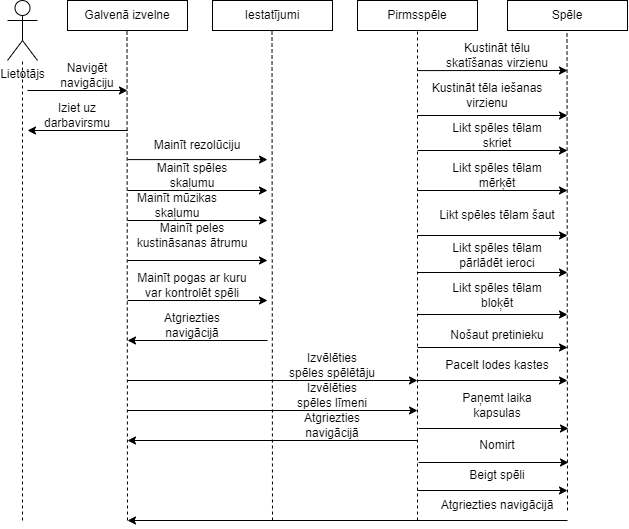
The draw.io diagram Diagrammas/Sekvencu.png in GNarvils/ScoreStorm, before a commit. Source tidied: cells renumbered, new cells last; positions are measured from the earlier drawing's top-left corner, leaving out a move shared by most shapes. The source it was exported from:
```xml
<mxGraphModel>
  <root>
    <mxCell id="0" />
    <mxCell id="1" parent="0" />
    <mxCell id="2" value="Lietotājs" style="shape=umlActor;verticalLabelPosition=bottom;verticalAlign=top;html=1;outlineConnect=0;" parent="1" vertex="1">
      <mxGeometry width="30" height="60" as="geometry" />
    </mxCell>
    <mxCell id="3" style="endArrow=none;dashed=1;html=1;rounded=0;" parent="1" edge="1" target="2">
      <mxGeometry relative="1" as="geometry">
        <mxPoint x="15" y="520" as="sourcePoint" />
      </mxGeometry>
    </mxCell>
    <mxCell id="4" value="Galvenā izvelne" style="rounded=0;whiteSpace=wrap;html=1;" parent="1" vertex="1">
      <mxGeometry x="60" width="120" height="30" as="geometry" />
    </mxCell>
    <mxCell id="5" value="Iestatījumi" style="rounded=0;whiteSpace=wrap;html=1;" parent="1" vertex="1">
      <mxGeometry x="205" width="120" height="30" as="geometry" />
    </mxCell>
    <mxCell id="6" value="Pirmsspēle" style="rounded=0;whiteSpace=wrap;html=1;" parent="1" vertex="1">
      <mxGeometry x="350" width="120" height="30" as="geometry" />
    </mxCell>
    <mxCell id="7" value="Spēle" style="rounded=0;whiteSpace=wrap;html=1;" parent="1" vertex="1">
      <mxGeometry x="500" width="120" height="30" as="geometry" />
    </mxCell>
    <mxCell id="8" style="endArrow=none;dashed=1;html=1;rounded=0;" parent="1" edge="1">
      <mxGeometry relative="1" as="geometry">
        <mxPoint x="120" y="520" as="sourcePoint" />
        <mxPoint x="119.5" y="30" as="targetPoint" />
      </mxGeometry>
    </mxCell>
    <mxCell id="9" style="endArrow=none;dashed=1;html=1;rounded=0;" parent="1" edge="1">
      <mxGeometry relative="1" as="geometry">
        <mxPoint x="265" y="520" as="sourcePoint" />
        <mxPoint x="264.5" y="30" as="targetPoint" />
      </mxGeometry>
    </mxCell>
    <mxCell id="10" style="endArrow=none;dashed=1;html=1;rounded=0;" parent="1" edge="1">
      <mxGeometry relative="1" as="geometry">
        <mxPoint x="410" y="520" as="sourcePoint" />
        <mxPoint x="410" y="30" as="targetPoint" />
      </mxGeometry>
    </mxCell>
    <mxCell id="11" style="endArrow=none;dashed=1;html=1;rounded=0;" parent="1" edge="1">
      <mxGeometry relative="1" as="geometry">
        <mxPoint x="560" y="510" as="sourcePoint" />
        <mxPoint x="559.5" y="30" as="targetPoint" />
      </mxGeometry>
    </mxCell>
    <mxCell id="12" style="endArrow=classic;html=1;rounded=0;" parent="1" edge="1">
      <mxGeometry relative="1" as="geometry">
        <mxPoint x="20" y="90" as="sourcePoint" />
        <mxPoint x="120" y="90" as="targetPoint" />
      </mxGeometry>
    </mxCell>
    <mxCell id="13" value="Navigēt navigāciju" style="text;html=1;align=center;verticalAlign=middle;whiteSpace=wrap;rounded=0;" parent="1" vertex="1">
      <mxGeometry x="50" y="60" width="60" height="30" as="geometry" />
    </mxCell>
    <mxCell id="14" style="endArrow=classic;html=1;rounded=0;" parent="1" edge="1">
      <mxGeometry relative="1" as="geometry">
        <mxPoint x="120" y="130" as="sourcePoint" />
        <mxPoint x="20" y="130" as="targetPoint" />
      </mxGeometry>
    </mxCell>
    <mxCell id="15" value="Iziet uz darbavirsmu" style="text;html=1;align=center;verticalAlign=middle;whiteSpace=wrap;rounded=0;" parent="1" vertex="1">
      <mxGeometry x="40" y="100" width="60" height="30" as="geometry" />
    </mxCell>
    <mxCell id="16" value="Mainīt rezolūciju" style="text;html=1;align=center;verticalAlign=middle;whiteSpace=wrap;rounded=0;" parent="1" vertex="1">
      <mxGeometry x="130" y="130" width="120" height="30" as="geometry" />
    </mxCell>
    <mxCell id="17" value="Mainīt spēles skaļumu" style="text;html=1;align=center;verticalAlign=middle;whiteSpace=wrap;rounded=0;" parent="1" vertex="1">
      <mxGeometry x="125" y="160" width="120" height="30" as="geometry" />
    </mxCell>
    <mxCell id="18" value="Mainīt mūzikas skaļumu" style="text;html=1;align=center;verticalAlign=middle;whiteSpace=wrap;rounded=0;" parent="1" vertex="1">
      <mxGeometry x="110" y="190" width="120" height="30" as="geometry" />
    </mxCell>
    <mxCell id="19" value="Mainīt peles kustināsanas ātrumu" style="text;html=1;align=center;verticalAlign=middle;whiteSpace=wrap;rounded=0;" parent="1" vertex="1">
      <mxGeometry x="125" y="220" width="120" height="30" as="geometry" />
    </mxCell>
    <mxCell id="20" style="endArrow=none;html=1;rounded=0;startArrow=classic;startFill=1;endFill=0;" parent="1" edge="1">
      <mxGeometry relative="1" as="geometry">
        <mxPoint x="260" y="300" as="sourcePoint" />
        <mxPoint x="120" y="300" as="targetPoint" />
      </mxGeometry>
    </mxCell>
    <mxCell id="21" value="Mainīt pogas ar kuru var kontrolēt spēli" style="text;html=1;align=center;verticalAlign=middle;whiteSpace=wrap;rounded=0;" parent="1" vertex="1">
      <mxGeometry x="120" y="270" width="130" height="30" as="geometry" />
    </mxCell>
    <mxCell id="22" style="endArrow=classic;html=1;rounded=0;startArrow=none;startFill=0;endFill=1;" parent="1" edge="1">
      <mxGeometry relative="1" as="geometry">
        <mxPoint x="260" y="340" as="sourcePoint" />
        <mxPoint x="120" y="340" as="targetPoint" />
      </mxGeometry>
    </mxCell>
    <mxCell id="23" value="Atgriezties navigācijā" style="text;html=1;align=center;verticalAlign=middle;whiteSpace=wrap;rounded=0;" parent="1" vertex="1">
      <mxGeometry x="155" y="310" width="60" height="30" as="geometry" />
    </mxCell>
    <mxCell id="24" style="endArrow=none;html=1;rounded=0;startArrow=classic;startFill=1;endFill=0;" parent="1" edge="1">
      <mxGeometry relative="1" as="geometry">
        <mxPoint x="260" y="260" as="sourcePoint" />
        <mxPoint x="120" y="260" as="targetPoint" />
      </mxGeometry>
    </mxCell>
    <mxCell id="25" style="endArrow=none;html=1;rounded=0;startArrow=classic;startFill=1;endFill=0;" parent="1" edge="1">
      <mxGeometry relative="1" as="geometry">
        <mxPoint x="260" y="220" as="sourcePoint" />
        <mxPoint x="120" y="220" as="targetPoint" />
      </mxGeometry>
    </mxCell>
    <mxCell id="26" style="endArrow=none;html=1;rounded=0;startArrow=classic;startFill=1;endFill=0;" parent="1" edge="1">
      <mxGeometry relative="1" as="geometry">
        <mxPoint x="260" y="190" as="sourcePoint" />
        <mxPoint x="120" y="190" as="targetPoint" />
      </mxGeometry>
    </mxCell>
    <mxCell id="27" style="endArrow=none;html=1;rounded=0;startArrow=classic;startFill=1;endFill=0;" parent="1" edge="1">
      <mxGeometry relative="1" as="geometry">
        <mxPoint x="260" y="159.1" as="sourcePoint" />
        <mxPoint x="120" y="159.1" as="targetPoint" />
      </mxGeometry>
    </mxCell>
    <mxCell id="28" style="endArrow=none;html=1;rounded=0;startArrow=classic;startFill=1;endFill=0;" parent="1" edge="1">
      <mxGeometry relative="1" as="geometry">
        <mxPoint x="410" y="380" as="sourcePoint" />
        <mxPoint x="120" y="380" as="targetPoint" />
      </mxGeometry>
    </mxCell>
    <mxCell id="29" value="Izvēlēties spēles spēlētāju" style="text;html=1;align=center;verticalAlign=middle;whiteSpace=wrap;rounded=0;" parent="1" vertex="1">
      <mxGeometry x="280" y="350" width="90" height="30" as="geometry" />
    </mxCell>
    <mxCell id="30" style="endArrow=none;html=1;rounded=0;startArrow=classic;startFill=1;endFill=0;" parent="1" edge="1">
      <mxGeometry relative="1" as="geometry">
        <mxPoint x="410" y="410" as="sourcePoint" />
        <mxPoint x="120" y="410" as="targetPoint" />
      </mxGeometry>
    </mxCell>
    <mxCell id="31" value="Izvēlēties spēles līmeni" style="text;html=1;align=center;verticalAlign=middle;whiteSpace=wrap;rounded=0;" parent="1" vertex="1">
      <mxGeometry x="280" y="380" width="90" height="30" as="geometry" />
    </mxCell>
    <mxCell id="32" style="endArrow=classic;html=1;rounded=0;startArrow=none;startFill=0;endFill=1;" parent="1" edge="1">
      <mxGeometry relative="1" as="geometry">
        <mxPoint x="410" y="440" as="sourcePoint" />
        <mxPoint x="120" y="440" as="targetPoint" />
      </mxGeometry>
    </mxCell>
    <mxCell id="33" value="Atgriezties navigācijā" style="text;html=1;align=center;verticalAlign=middle;whiteSpace=wrap;rounded=0;" parent="1" vertex="1">
      <mxGeometry x="280" y="410" width="90" height="30" as="geometry" />
    </mxCell>
    <mxCell id="34" style="endArrow=none;html=1;rounded=0;startArrow=classic;startFill=1;endFill=0;" parent="1" edge="1">
      <mxGeometry relative="1" as="geometry">
        <mxPoint x="560" y="70" as="sourcePoint" />
        <mxPoint x="410" y="70.1" as="targetPoint" />
      </mxGeometry>
    </mxCell>
    <mxCell id="35" value="Kustināt tēlu skatīšanas virzienu" style="text;html=1;align=center;verticalAlign=middle;whiteSpace=wrap;rounded=0;" parent="1" vertex="1">
      <mxGeometry x="430" y="40" width="120" height="30" as="geometry" />
    </mxCell>
    <mxCell id="36" value="Kustināt tēla iešanas virzienu" style="text;html=1;align=center;verticalAlign=middle;whiteSpace=wrap;rounded=0;" parent="1" vertex="1">
      <mxGeometry x="420" y="80" width="120" height="30" as="geometry" />
    </mxCell>
    <mxCell id="37" style="endArrow=none;html=1;rounded=0;startArrow=classic;startFill=1;endFill=0;" parent="1" edge="1">
      <mxGeometry relative="1" as="geometry">
        <mxPoint x="560" y="115" as="sourcePoint" />
        <mxPoint x="410" y="115" as="targetPoint" />
      </mxGeometry>
    </mxCell>
    <mxCell id="38" value="Likt spēles tēlam skriet" style="text;html=1;align=center;verticalAlign=middle;whiteSpace=wrap;rounded=0;" parent="1" vertex="1">
      <mxGeometry x="430" y="120" width="120" height="30" as="geometry" />
    </mxCell>
    <mxCell id="39" style="endArrow=none;html=1;rounded=0;startArrow=classic;startFill=1;endFill=0;" parent="1" edge="1">
      <mxGeometry relative="1" as="geometry">
        <mxPoint x="560" y="150" as="sourcePoint" />
        <mxPoint x="410" y="150" as="targetPoint" />
      </mxGeometry>
    </mxCell>
    <mxCell id="40" value="Likt spēles tēlam mērķēt" style="text;html=1;align=center;verticalAlign=middle;whiteSpace=wrap;rounded=0;" parent="1" vertex="1">
      <mxGeometry x="430" y="160" width="120" height="30" as="geometry" />
    </mxCell>
    <mxCell id="41" value="Likt spēles tēlam šaut" style="text;html=1;align=center;verticalAlign=middle;whiteSpace=wrap;rounded=0;" parent="1" vertex="1">
      <mxGeometry x="430" y="200" width="120" height="30" as="geometry" />
    </mxCell>
    <mxCell id="42" value="Likt spēles tēlam pārlādēt ieroci" style="text;html=1;align=center;verticalAlign=middle;whiteSpace=wrap;rounded=0;" parent="1" vertex="1">
      <mxGeometry x="430" y="240" width="120" height="30" as="geometry" />
    </mxCell>
    <mxCell id="43" value="Likt spēles tēlam bloķēt" style="text;html=1;align=center;verticalAlign=middle;whiteSpace=wrap;rounded=0;" parent="1" vertex="1">
      <mxGeometry x="430" y="280" width="120" height="30" as="geometry" />
    </mxCell>
    <mxCell id="44" value="Nošaut pretinieku" style="text;html=1;align=center;verticalAlign=middle;whiteSpace=wrap;rounded=0;" parent="1" vertex="1">
      <mxGeometry x="430" y="320" width="120" height="30" as="geometry" />
    </mxCell>
    <mxCell id="45" value="Pacelt lodes kastes" style="text;html=1;align=center;verticalAlign=middle;whiteSpace=wrap;rounded=0;" parent="1" vertex="1">
      <mxGeometry x="430" y="350" width="120" height="30" as="geometry" />
    </mxCell>
    <mxCell id="46" style="endArrow=none;html=1;rounded=0;startArrow=classic;startFill=1;endFill=0;" parent="1" edge="1">
      <mxGeometry relative="1" as="geometry">
        <mxPoint x="560" y="190" as="sourcePoint" />
        <mxPoint x="410" y="190" as="targetPoint" />
      </mxGeometry>
    </mxCell>
    <mxCell id="47" value="Paņemt laika kapsulas" style="text;html=1;align=center;verticalAlign=middle;whiteSpace=wrap;rounded=0;" parent="1" vertex="1">
      <mxGeometry x="430" y="390" width="120" height="30" as="geometry" />
    </mxCell>
    <mxCell id="48" value="Nomirt" style="text;html=1;align=center;verticalAlign=middle;whiteSpace=wrap;rounded=0;" parent="1" vertex="1">
      <mxGeometry x="430" y="430" width="120" height="30" as="geometry" />
    </mxCell>
    <mxCell id="49" value="Beigt spēli" style="text;html=1;align=center;verticalAlign=middle;whiteSpace=wrap;rounded=0;" parent="1" vertex="1">
      <mxGeometry x="430" y="460" width="120" height="30" as="geometry" />
    </mxCell>
    <mxCell id="50" value="Atgriezties navigācijā" style="text;html=1;align=center;verticalAlign=middle;whiteSpace=wrap;rounded=0;" parent="1" vertex="1">
      <mxGeometry x="430" y="490" width="120" height="30" as="geometry" />
    </mxCell>
    <mxCell id="51" style="endArrow=classic;html=1;rounded=0;startArrow=none;startFill=0;endFill=1;" parent="1" edge="1">
      <mxGeometry relative="1" as="geometry">
        <mxPoint x="560" y="520" as="sourcePoint" />
        <mxPoint x="120" y="520" as="targetPoint" />
      </mxGeometry>
    </mxCell>
    <mxCell id="52" style="endArrow=none;html=1;rounded=0;startArrow=classic;startFill=1;endFill=0;" parent="1" edge="1">
      <mxGeometry relative="1" as="geometry">
        <mxPoint x="560" y="235" as="sourcePoint" />
        <mxPoint x="410" y="235" as="targetPoint" />
      </mxGeometry>
    </mxCell>
    <mxCell id="53" style="endArrow=none;html=1;rounded=0;startArrow=classic;startFill=1;endFill=0;" parent="1" edge="1">
      <mxGeometry relative="1" as="geometry">
        <mxPoint x="560" y="272" as="sourcePoint" />
        <mxPoint x="410" y="272" as="targetPoint" />
      </mxGeometry>
    </mxCell>
    <mxCell id="54" style="endArrow=none;html=1;rounded=0;startArrow=classic;startFill=1;endFill=0;" parent="1" edge="1">
      <mxGeometry relative="1" as="geometry">
        <mxPoint x="560" y="314" as="sourcePoint" />
        <mxPoint x="410" y="314" as="targetPoint" />
      </mxGeometry>
    </mxCell>
    <mxCell id="55" style="endArrow=none;html=1;rounded=0;startArrow=classic;startFill=1;endFill=0;" parent="1" edge="1">
      <mxGeometry relative="1" as="geometry">
        <mxPoint x="560" y="347" as="sourcePoint" />
        <mxPoint x="410" y="347" as="targetPoint" />
      </mxGeometry>
    </mxCell>
    <mxCell id="56" style="endArrow=none;html=1;rounded=0;startArrow=classic;startFill=1;endFill=0;" parent="1" edge="1">
      <mxGeometry relative="1" as="geometry">
        <mxPoint x="560" y="380" as="sourcePoint" />
        <mxPoint x="410" y="380" as="targetPoint" />
      </mxGeometry>
    </mxCell>
    <mxCell id="57" style="endArrow=none;html=1;rounded=0;startArrow=classic;startFill=1;endFill=0;" parent="1" edge="1">
      <mxGeometry relative="1" as="geometry">
        <mxPoint x="561" y="428" as="sourcePoint" />
        <mxPoint x="411" y="428" as="targetPoint" />
      </mxGeometry>
    </mxCell>
    <mxCell id="58" style="endArrow=none;html=1;rounded=0;startArrow=classic;startFill=1;endFill=0;" parent="1" edge="1">
      <mxGeometry relative="1" as="geometry">
        <mxPoint x="561" y="462" as="sourcePoint" />
        <mxPoint x="411" y="462" as="targetPoint" />
      </mxGeometry>
    </mxCell>
    <mxCell id="59" style="endArrow=none;html=1;rounded=0;startArrow=classic;startFill=1;endFill=0;" parent="1" edge="1">
      <mxGeometry relative="1" as="geometry">
        <mxPoint x="560" y="490" as="sourcePoint" />
        <mxPoint x="410" y="490" as="targetPoint" />
      </mxGeometry>
    </mxCell>
  </root>
</mxGraphModel>
```
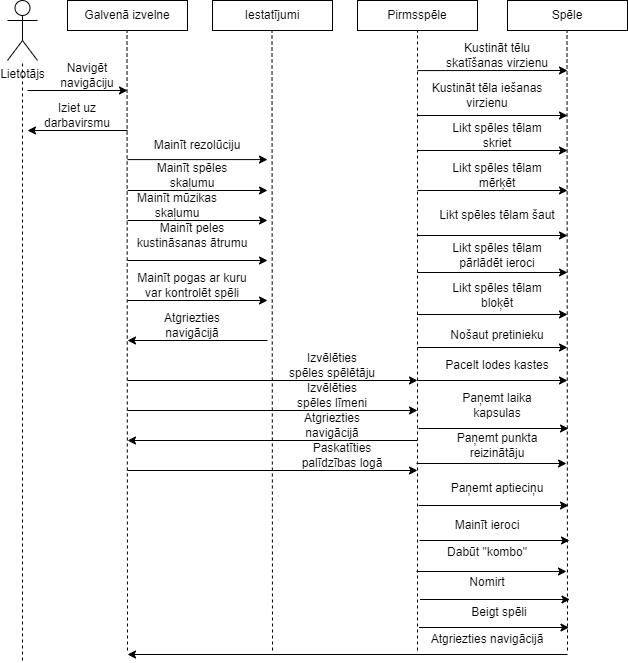
Above is the later version.

The edit, as a diff of the source:
```diff
@@ -7,7 +7,7 @@
     </mxCell>
     <mxCell id="3" style="endArrow=none;dashed=1;html=1;rounded=0;" parent="1" edge="1" target="2">
       <mxGeometry relative="1" as="geometry">
-        <mxPoint x="15" y="520" as="sourcePoint" />
+        <mxPoint x="15" y="660" as="sourcePoint" />
       </mxGeometry>
     </mxCell>
     <mxCell id="4" value="Galvenā izvelne" style="rounded=0;whiteSpace=wrap;html=1;" parent="1" vertex="1">
@@ -24,25 +24,25 @@
     </mxCell>
     <mxCell id="8" style="endArrow=none;dashed=1;html=1;rounded=0;" parent="1" edge="1">
       <mxGeometry relative="1" as="geometry">
-        <mxPoint x="120" y="520" as="sourcePoint" />
+        <mxPoint x="120" y="650" as="sourcePoint" />
         <mxPoint x="119.5" y="30" as="targetPoint" />
       </mxGeometry>
     </mxCell>
     <mxCell id="9" style="endArrow=none;dashed=1;html=1;rounded=0;" parent="1" edge="1">
       <mxGeometry relative="1" as="geometry">
-        <mxPoint x="265" y="520" as="sourcePoint" />
+        <mxPoint x="265" y="650" as="sourcePoint" />
         <mxPoint x="264.5" y="30" as="targetPoint" />
       </mxGeometry>
     </mxCell>
     <mxCell id="10" style="endArrow=none;dashed=1;html=1;rounded=0;" parent="1" edge="1">
       <mxGeometry relative="1" as="geometry">
-        <mxPoint x="410" y="520" as="sourcePoint" />
+        <mxPoint x="410" y="650" as="sourcePoint" />
         <mxPoint x="410" y="30" as="targetPoint" />
       </mxGeometry>
     </mxCell>
     <mxCell id="11" style="endArrow=none;dashed=1;html=1;rounded=0;" parent="1" edge="1">
       <mxGeometry relative="1" as="geometry">
-        <mxPoint x="560" y="510" as="sourcePoint" />
+        <mxPoint x="560" y="650" as="sourcePoint" />
         <mxPoint x="559.5" y="30" as="targetPoint" />
       </mxGeometry>
     </mxCell>
@@ -200,20 +200,14 @@
       <mxGeometry x="430" y="390" width="120" height="30" as="geometry" />
     </mxCell>
     <mxCell id="48" value="Nomirt" style="text;html=1;align=center;verticalAlign=middle;whiteSpace=wrap;rounded=0;" parent="1" vertex="1">
-      <mxGeometry x="430" y="430" width="120" height="30" as="geometry" />
+      <mxGeometry x="420" y="567" width="120" height="30" as="geometry" />
     </mxCell>
     <mxCell id="49" value="Beigt spēli" style="text;html=1;align=center;verticalAlign=middle;whiteSpace=wrap;rounded=0;" parent="1" vertex="1">
-      <mxGeometry x="430" y="460" width="120" height="30" as="geometry" />
+      <mxGeometry x="431.5" y="597" width="120" height="30" as="geometry" />
     </mxCell>
     <mxCell id="50" value="Atgriezties navigācijā" style="text;html=1;align=center;verticalAlign=middle;whiteSpace=wrap;rounded=0;" parent="1" vertex="1">
-      <mxGeometry x="430" y="490" width="120" height="30" as="geometry" />
+      <mxGeometry x="420" y="624" width="120" height="30" as="geometry" />
     </mxCell>
-    <mxCell id="51" style="endArrow=classic;html=1;rounded=0;startArrow=none;startFill=0;endFill=1;" parent="1" edge="1">
-      <mxGeometry relative="1" as="geometry">
-        <mxPoint x="560" y="520" as="sourcePoint" />
-        <mxPoint x="120" y="520" as="targetPoint" />
-      </mxGeometry>
-    </mxCell>
     <mxCell id="52" style="endArrow=none;html=1;rounded=0;startArrow=classic;startFill=1;endFill=0;" parent="1" edge="1">
       <mxGeometry relative="1" as="geometry">
         <mxPoint x="560" y="235" as="sourcePoint" />
@@ -252,15 +246,66 @@
     </mxCell>
     <mxCell id="58" style="endArrow=none;html=1;rounded=0;startArrow=classic;startFill=1;endFill=0;" parent="1" edge="1">
       <mxGeometry relative="1" as="geometry">
-        <mxPoint x="561" y="462" as="sourcePoint" />
-        <mxPoint x="411" y="462" as="targetPoint" />
+        <mxPoint x="562.5" y="599" as="sourcePoint" />
+        <mxPoint x="412.5" y="599" as="targetPoint" />
       </mxGeometry>
     </mxCell>
     <mxCell id="59" style="endArrow=none;html=1;rounded=0;startArrow=classic;startFill=1;endFill=0;" parent="1" edge="1">
       <mxGeometry relative="1" as="geometry">
-        <mxPoint x="560" y="490" as="sourcePoint" />
-        <mxPoint x="410" y="490" as="targetPoint" />
+        <mxPoint x="561.5" y="627" as="sourcePoint" />
+        <mxPoint x="411.5" y="627" as="targetPoint" />
       </mxGeometry>
     </mxCell>
+    <mxCell id="60" value="Paņemt punkta reizinātāju" style="text;html=1;align=center;verticalAlign=middle;whiteSpace=wrap;rounded=0;" parent="1" vertex="1">
+      <mxGeometry x="430" y="430" width="120" height="30" as="geometry" />
+    </mxCell>
+    <mxCell id="61" style="endArrow=none;html=1;rounded=0;startArrow=classic;startFill=1;endFill=0;" parent="1" edge="1">
+      <mxGeometry relative="1" as="geometry">
+        <mxPoint x="559" y="463" as="sourcePoint" />
+        <mxPoint x="409" y="463" as="targetPoint" />
+      </mxGeometry>
+    </mxCell>
+    <mxCell id="62" style="endArrow=none;html=1;rounded=0;startArrow=classic;startFill=1;endFill=0;" parent="1" edge="1">
+      <mxGeometry relative="1" as="geometry">
+        <mxPoint x="561" y="505" as="sourcePoint" />
+        <mxPoint x="411" y="505" as="targetPoint" />
+      </mxGeometry>
+    </mxCell>
+    <mxCell id="63" value="Paņemt aptieciņu" style="text;html=1;align=center;verticalAlign=middle;whiteSpace=wrap;rounded=0;" parent="1" vertex="1">
+      <mxGeometry x="430" y="473" width="120" height="30" as="geometry" />
+    </mxCell>
+    <mxCell id="64" style="endArrow=none;html=1;rounded=0;startArrow=classic;startFill=1;endFill=0;" parent="1" edge="1">
+      <mxGeometry relative="1" as="geometry">
+        <mxPoint x="410" y="470" as="sourcePoint" />
+        <mxPoint x="120" y="470" as="targetPoint" />
+      </mxGeometry>
+    </mxCell>
+    <mxCell id="65" value="Paskatīties palīdzības logā" style="text;html=1;align=center;verticalAlign=middle;whiteSpace=wrap;rounded=0;" parent="1" vertex="1">
+      <mxGeometry x="290" y="440" width="90" height="30" as="geometry" />
+    </mxCell>
+    <mxCell id="66" style="endArrow=classic;html=1;rounded=0;startArrow=none;startFill=0;endFill=1;" parent="1" edge="1">
+      <mxGeometry relative="1" as="geometry">
+        <mxPoint x="560" y="654" as="sourcePoint" />
+        <mxPoint x="120" y="654" as="targetPoint" />
+      </mxGeometry>
+    </mxCell>
+    <mxCell id="67" value="Dabūt &quot;kombo&quot;" style="text;html=1;align=center;verticalAlign=middle;whiteSpace=wrap;rounded=0;" parent="1" vertex="1">
+      <mxGeometry x="420" y="537" width="120" height="30" as="geometry" />
+    </mxCell>
+    <mxCell id="68" style="endArrow=none;html=1;rounded=0;startArrow=classic;startFill=1;endFill=0;" parent="1" edge="1">
+      <mxGeometry relative="1" as="geometry">
+        <mxPoint x="559" y="571" as="sourcePoint" />
+        <mxPoint x="409" y="571" as="targetPoint" />
+      </mxGeometry>
+    </mxCell>
+    <mxCell id="69" value="Mainīt ieroci" style="text;html=1;align=center;verticalAlign=middle;whiteSpace=wrap;rounded=0;" parent="1" vertex="1">
+      <mxGeometry x="420" y="510" width="120" height="30" as="geometry" />
+    </mxCell>
+    <mxCell id="70" style="endArrow=none;html=1;rounded=0;startArrow=classic;startFill=1;endFill=0;" parent="1" edge="1">
+      <mxGeometry relative="1" as="geometry">
+        <mxPoint x="562" y="540" as="sourcePoint" />
+        <mxPoint x="412" y="540" as="targetPoint" />
+      </mxGeometry>
+    </mxCell>
   </root>
 </mxGraphModel>
```
